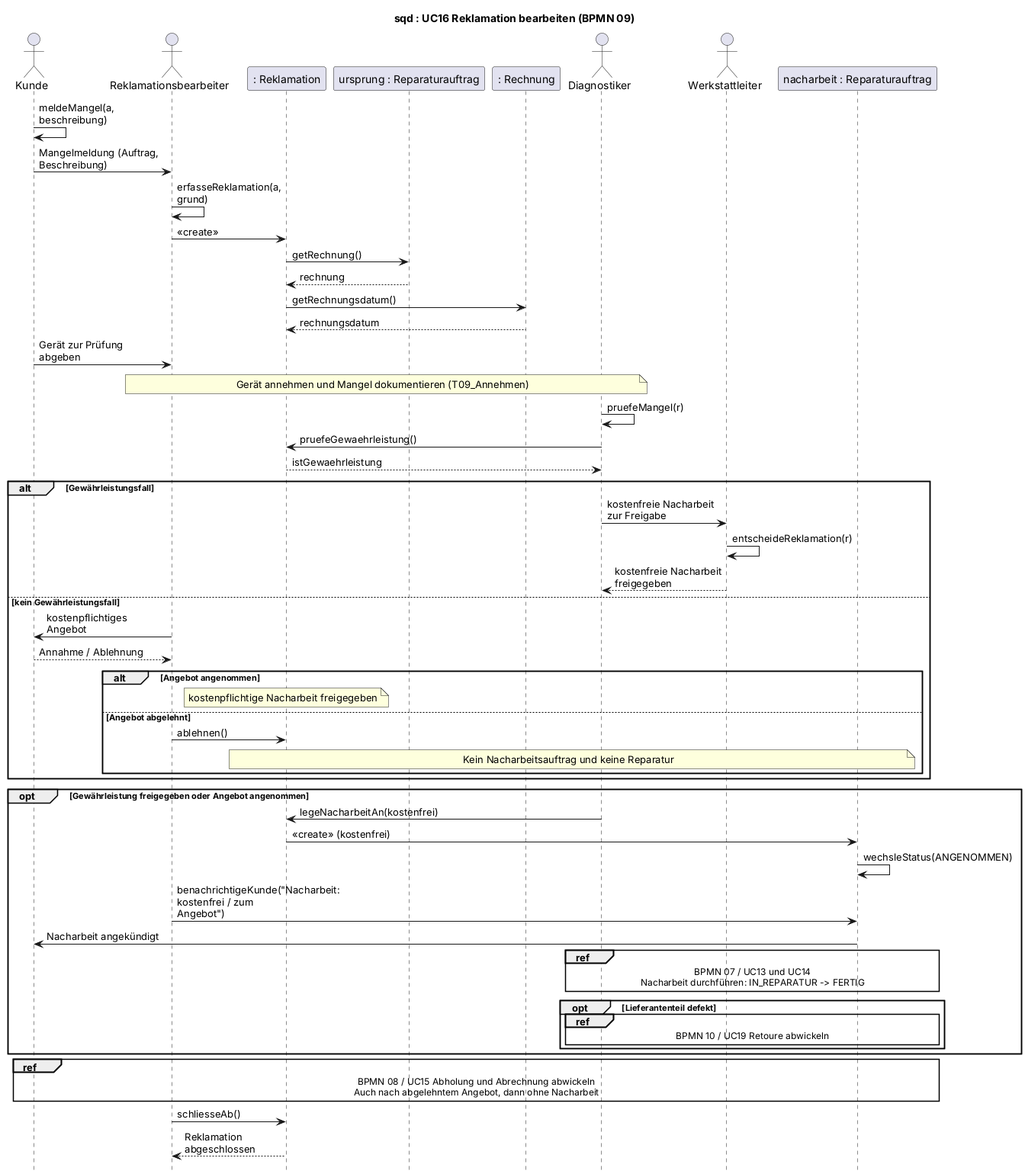
Earlier version of the PlantUML export 2_uml/entwurf-plantuml/sequenz-05-reklamation.png (jakobschwan123-cmd/casestudy-semester-3).
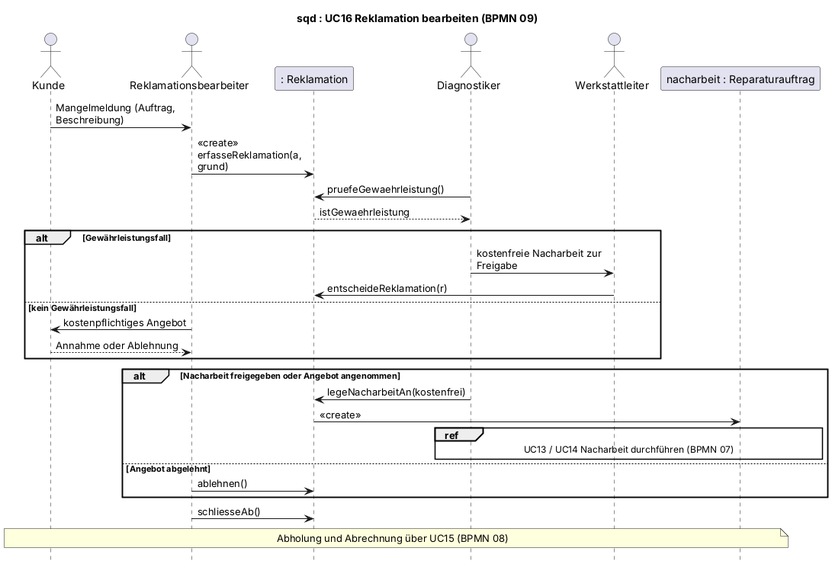
The same file after the commit.

Change to the diagram source:
```diff
@@ -2,57 +2,34 @@
 title sqd : UC16 Reklamation bearbeiten (BPMN 09)
 skinparam defaultFontName Arial
 skinparam sequenceMessageAlign left
-skinparam maxMessageSize 160
+skinparam maxMessageSize 170
 hide footbox
 
 actor Kunde
 actor Reklamationsbearbeiter as SM
 participant ": Reklamation" as REK
-participant "ursprung : Reparaturauftrag" as RA
-participant ": Rechnung" as RE
-actor Diagnostiker as Techniker
+actor Diagnostiker
 actor Werkstattleiter as WL
 participant "nacharbeit : Reparaturauftrag" as NA
 
-Kunde -> Kunde : meldeMangel(a, beschreibung)
 Kunde -> SM : Mangelmeldung (Auftrag, Beschreibung)
-SM -> SM : erfasseReklamation(a, grund)
-SM -> REK : <<create>>
-REK -> RA : getRechnung()
-RA --> REK : rechnung
-REK -> RE : getRechnungsdatum()
-RE --> REK : rechnungsdatum
-Kunde -> SM : Gerät zur Prüfung abgeben
-note over SM, Techniker : Gerät annehmen und Mangel dokumentieren (T09_Annehmen)
-Techniker -> Techniker : pruefeMangel(r)
-Techniker -> REK : pruefeGewaehrleistung()
-REK --> Techniker : istGewaehrleistung
+SM -> REK : <<create>> erfasseReklamation(a, grund)
+Diagnostiker -> REK : pruefeGewaehrleistung()
+REK --> Diagnostiker : istGewaehrleistung
 alt Gewährleistungsfall
-    Techniker -> WL : kostenfreie Nacharbeit zur Freigabe
-    WL -> WL : entscheideReklamation(r)
-    WL --> Techniker : kostenfreie Nacharbeit freigegeben
+    Diagnostiker -> WL : kostenfreie Nacharbeit zur Freigabe
+    WL -> REK : entscheideReklamation(r)
 else kein Gewährleistungsfall
     SM -> Kunde : kostenpflichtiges Angebot
-    Kunde --> SM : Annahme / Ablehnung
-    alt Angebot angenommen
-        note over REK : kostenpflichtige Nacharbeit freigegeben
-    else Angebot abgelehnt
-        SM -> REK : ablehnen()
-        note over REK, NA : Kein Nacharbeitsauftrag und keine Reparatur
-    end
+    Kunde --> SM : Annahme oder Ablehnung
 end
-opt Gewährleistung freigegeben oder Angebot angenommen
-    Techniker -> REK : legeNacharbeitAn(kostenfrei)
-    REK -> NA : <<create>> (kostenfrei)
-    NA -> NA : wechsleStatus(ANGENOMMEN)
-    SM -> NA : benachrichtigeKunde("Nacharbeit: kostenfrei / zum Angebot")
-    NA -> Kunde : Nacharbeit angekündigt
-    ref over Techniker, NA : BPMN 07 / UC13 und UC14\nNacharbeit durchführen: IN_REPARATUR -> FERTIG
-    opt Lieferantenteil defekt
-        ref over Techniker, NA : BPMN 10 / UC19 Retoure abwickeln
-    end
+alt Nacharbeit freigegeben oder Angebot angenommen
+    Diagnostiker -> REK : legeNacharbeitAn(kostenfrei)
+    REK -> NA : <<create>>
+    ref over Diagnostiker, NA : UC13 / UC14 Nacharbeit durchführen (BPMN 07)
+else Angebot abgelehnt
+    SM -> REK : ablehnen()
 end
-ref over Kunde, SM, RA, NA : BPMN 08 / UC15 Abholung und Abrechnung abwickeln\nAuch nach abgelehntem Angebot, dann ohne Nacharbeit
 SM -> REK : schliesseAb()
-REK --> SM : Reklamation abgeschlossen
+note over Kunde, NA : Abholung und Abrechnung über UC15 (BPMN 08)
 @enduml
```
